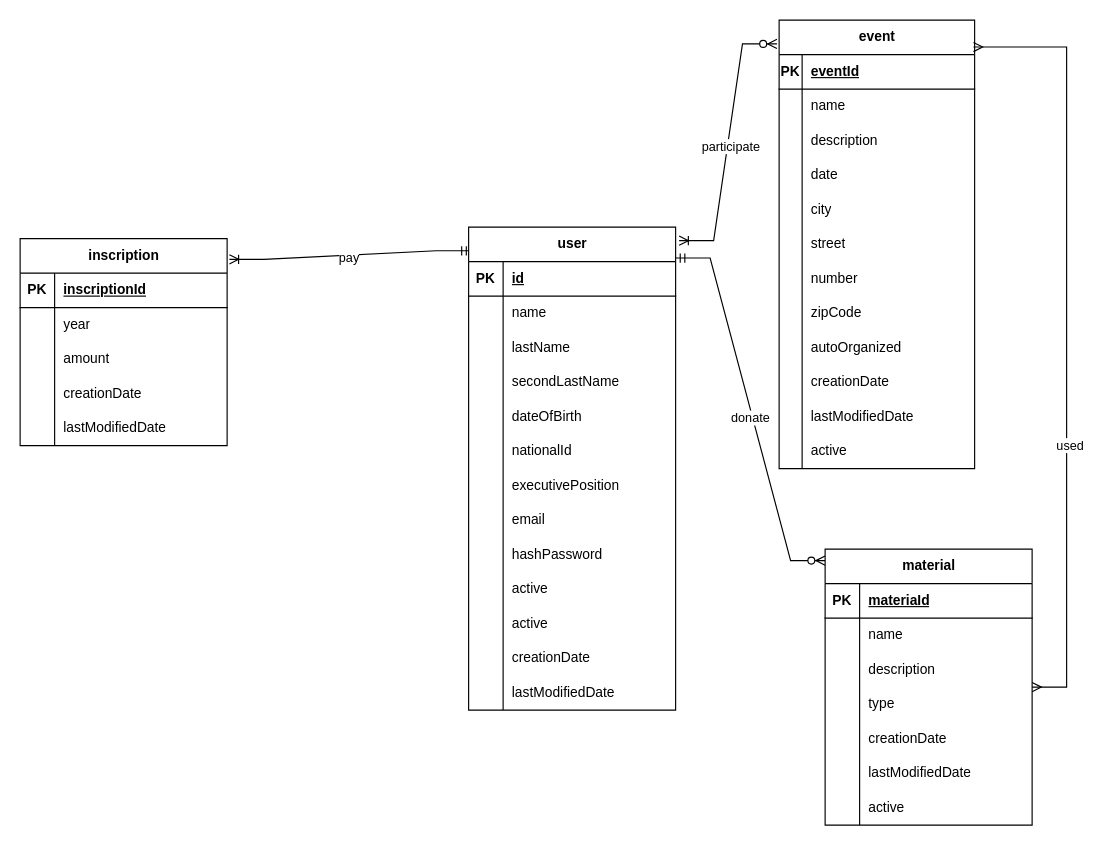
Above: page "E_R" (1 of 2) of diagram_E_R_Extended.drawio in raulG91/retromaniacos_backend (draw.io), before the change. Source tidied: cells renumbered, new cells numbered last; positions are measured from the earlier drawing's top-left corner, leaving out a move shared by most shapes. Both pictures are drawn from the tidied source at 115%, with x=0, y=0 at pixel (20, 20).
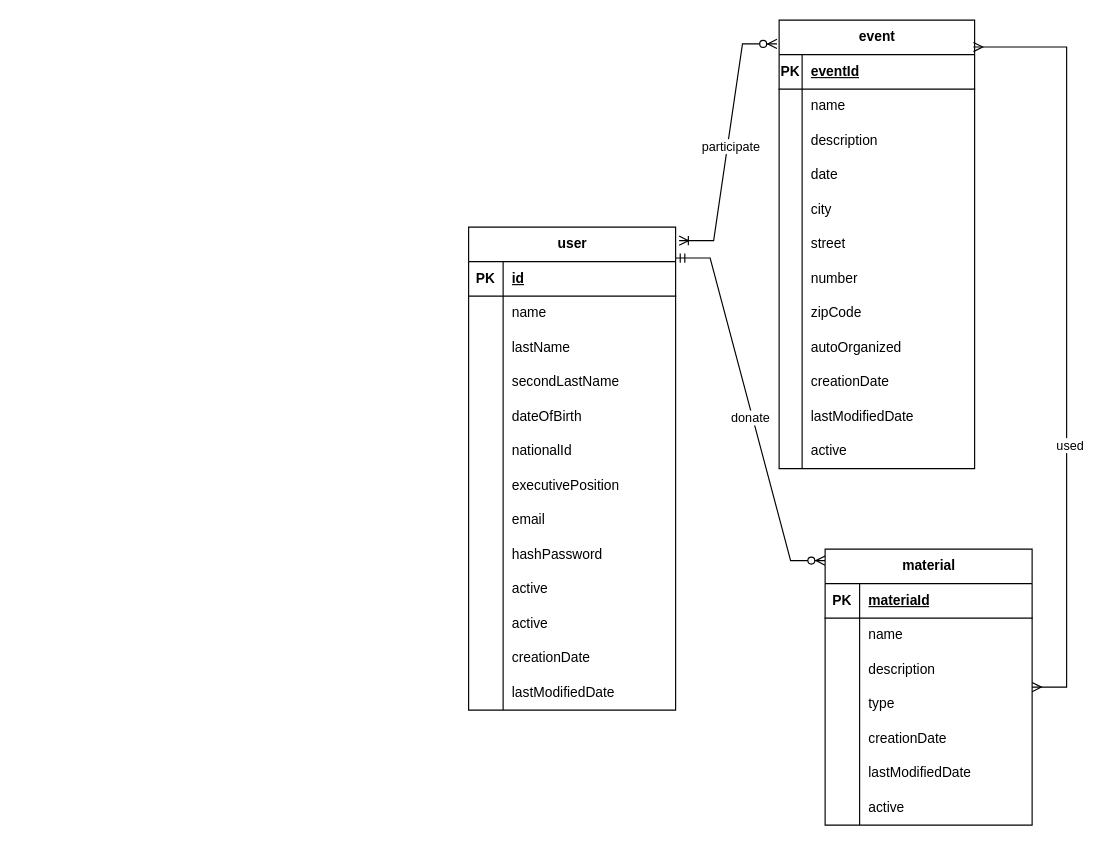
The same diagram, later.

The change refers to these unchanged cells:
```xml
<mxCell id="8" value="user" style="shape=table;startSize=30;childLayout=tableLayout;rowLines=0;fontStyle=1;align=center;html=1;" parent="1" vertex="1">
  <mxGeometry x="390" y="180" width="180" height="420" as="geometry" />
</mxCell>
```

Change to the diagram source:
```diff
@@
-    <mxCell id="2" style="edgeStyle=entityRelationEdgeStyle;fontSize=12;html=1;endArrow=ERoneToMany;startArrow=ERmandOne;rounded=0;entryX=1.011;entryY=0.1;entryDx=0;entryDy=0;exitX=0.011;exitY=0.049;exitDx=0;exitDy=0;exitPerimeter=0;entryPerimeter=0;" parent="1" edge="1" source="8" target="109">
-      <mxGeometry relative="1" as="geometry" />
-    </mxCell>
-    <mxCell id="3" value="pay" style="edgeLabel;html=1;align=center;verticalAlign=middle;" parent="2" vertex="1">
-      <mxGeometry x="0.02" y="2" relative="1" as="geometry" />
-    </mxCell>
@@
-    <mxCell id="109" value="inscription" style="shape=table;startSize=30;childLayout=tableLayout;rowLines=0;fontStyle=1;align=center;html=1;" parent="1" vertex="1">
-      <mxGeometry y="190" width="180" height="180" as="geometry" />
-    </mxCell>
-    <mxCell id="110" style="shape=tableRow;horizontal=0;startSize=0;swimlaneHead=0;swimlaneBody=0;fillColor=none;top=0;left=0;right=0;bottom=1;" parent="109" vertex="1">
-      <mxGeometry y="30" width="180" height="30" as="geometry" />
-    </mxCell>
-    <mxCell id="111" value="PK" style="shape=partialRectangle;fillColor=none;top=0;left=0;bottom=0;right=0;fontStyle=1;overflow=hidden;whiteSpace=wrap;html=1;" parent="110" vertex="1">
-      <mxGeometry width="30" height="30" as="geometry" />
-    </mxCell>
-    <mxCell id="112" value="inscriptionId" style="shape=partialRectangle;fillColor=none;top=0;left=0;bottom=0;right=0;align=left;spacingLeft=6;fontStyle=5;overflow=hidden;whiteSpace=wrap;html=1;" parent="110" vertex="1">
-      <mxGeometry x="30" width="150" height="30" as="geometry" />
-    </mxCell>
-    <mxCell id="113" style="shape=tableRow;horizontal=0;startSize=0;swimlaneHead=0;swimlaneBody=0;fillColor=none;top=0;left=0;right=0;bottom=0;" parent="109" vertex="1">
-      <mxGeometry y="60" width="180" height="30" as="geometry" />
-    </mxCell>
-    <mxCell id="114" style="shape=partialRectangle;fillColor=none;top=0;left=0;bottom=0;right=0;overflow=hidden;whiteSpace=wrap;html=1;" parent="113" vertex="1">
-      <mxGeometry width="30" height="30" as="geometry" />
-    </mxCell>
-    <mxCell id="115" value="year" style="shape=partialRectangle;fillColor=none;top=0;left=0;bottom=0;right=0;align=left;spacingLeft=6;overflow=hidden;whiteSpace=wrap;html=1;" parent="113" vertex="1">
-      <mxGeometry x="30" width="150" height="30" as="geometry" />
-    </mxCell>
-    <mxCell id="116" style="shape=tableRow;horizontal=0;startSize=0;swimlaneHead=0;swimlaneBody=0;fillColor=none;top=0;left=0;right=0;bottom=0;" parent="109" vertex="1">
-      <mxGeometry y="90" width="180" height="30" as="geometry" />
-    </mxCell>
-    <mxCell id="117" style="shape=partialRectangle;fillColor=none;top=0;left=0;bottom=0;right=0;overflow=hidden;whiteSpace=wrap;html=1;" parent="116" vertex="1">
-      <mxGeometry width="30" height="30" as="geometry" />
-    </mxCell>
-    <mxCell id="118" value="amount" style="shape=partialRectangle;fillColor=none;top=0;left=0;bottom=0;right=0;align=left;spacingLeft=6;overflow=hidden;whiteSpace=wrap;html=1;" parent="116" vertex="1">
-      <mxGeometry x="30" width="150" height="30" as="geometry" />
-    </mxCell>
-    <mxCell id="119" style="shape=tableRow;horizontal=0;startSize=0;swimlaneHead=0;swimlaneBody=0;fillColor=none;top=0;left=0;right=0;bottom=0;" parent="109" vertex="1">
-      <mxGeometry y="120" width="180" height="30" as="geometry" />
-    </mxCell>
-    <mxCell id="120" style="shape=partialRectangle;fillColor=none;top=0;left=0;bottom=0;right=0;overflow=hidden;whiteSpace=wrap;html=1;" parent="119" vertex="1">
-      <mxGeometry width="30" height="30" as="geometry" />
-    </mxCell>
-    <mxCell id="121" value="creationDate" style="shape=partialRectangle;fillColor=none;top=0;left=0;bottom=0;right=0;align=left;spacingLeft=6;overflow=hidden;whiteSpace=wrap;html=1;" parent="119" vertex="1">
-      <mxGeometry x="30" width="150" height="30" as="geometry" />
-    </mxCell>
-    <mxCell id="122" style="shape=tableRow;horizontal=0;startSize=0;swimlaneHead=0;swimlaneBody=0;fillColor=none;top=0;left=0;right=0;bottom=0;" parent="109" vertex="1">
-      <mxGeometry y="150" width="180" height="30" as="geometry" />
-    </mxCell>
-    <mxCell id="123" style="shape=partialRectangle;fillColor=none;top=0;left=0;bottom=0;right=0;overflow=hidden;whiteSpace=wrap;html=1;" parent="122" vertex="1">
-      <mxGeometry width="30" height="30" as="geometry" />
-    </mxCell>
-    <mxCell id="124" value="lastModifiedDate" style="shape=partialRectangle;fillColor=none;top=0;left=0;bottom=0;right=0;align=left;spacingLeft=6;overflow=hidden;whiteSpace=wrap;html=1;" parent="122" vertex="1">
-      <mxGeometry x="30" width="150" height="30" as="geometry" />
-    </mxCell>
```
